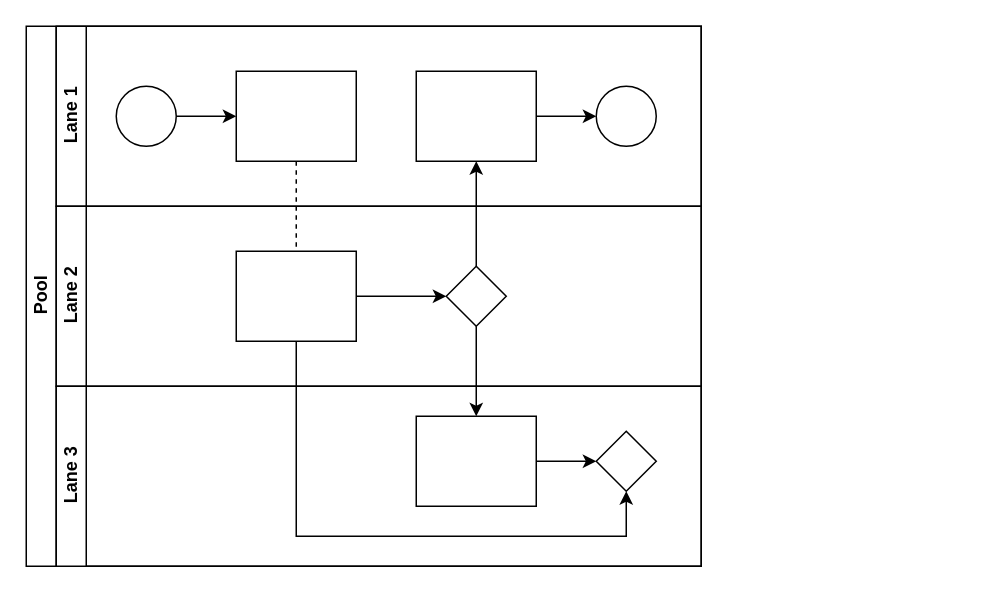
The draw.io diagram Диаграмма без названия.drawio in nataliyabulkina/workshop, before the edit. Source tidied: cells renumbered, new cells numbered last; positions are measured from the earlier drawing's top-left corner, leaving out a move shared by most shapes. Both pictures are drawn from the tidied source at 150%, with x=0, y=0 at pixel (26, 26).
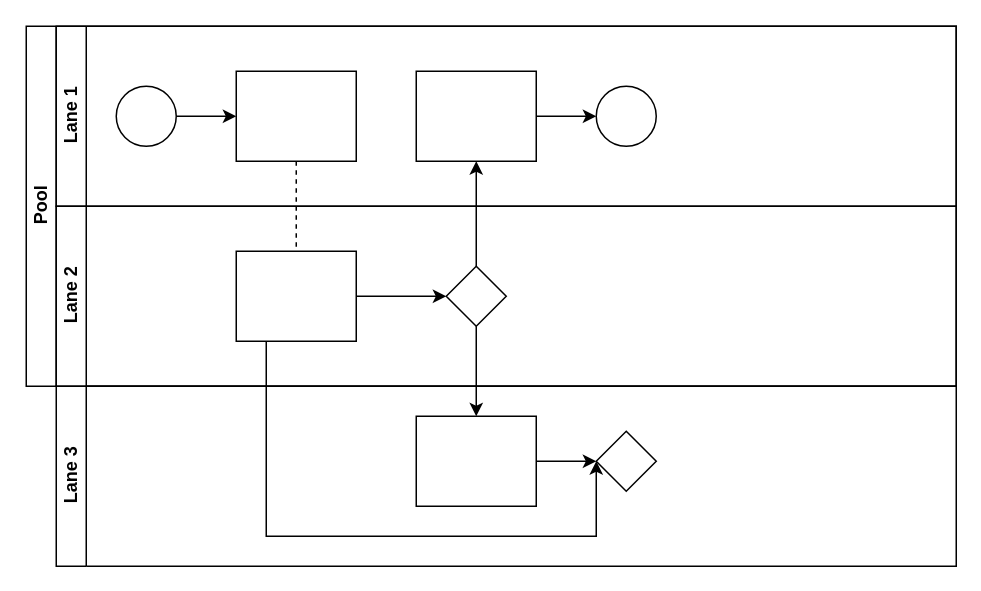
Above is the later version.

Unchanged cells that the change refers to:
```xml
<mxCell id="16" style="rounded=0;whiteSpace=wrap;html=1;fontFamily=Helvetica;fontSize=12;fontColor=#000000;align=center;" parent="14" vertex="1">
  <mxGeometry x="120" y="30" width="80" height="60" as="geometry" />
</mxCell>
<mxCell id="17" style="rhombus;whiteSpace=wrap;html=1;fontFamily=Helvetica;fontSize=12;fontColor=#000000;align=center;" parent="14" vertex="1">
  <mxGeometry x="260" y="40" width="40" height="40" as="geometry" />
</mxCell>
<mxCell id="20" style="rounded=0;whiteSpace=wrap;html=1;fontFamily=Helvetica;fontSize=12;fontColor=#000000;align=center;" parent="18" vertex="1">
  <mxGeometry x="240" y="20" width="80" height="60" as="geometry" />
</mxCell>
<mxCell id="21" style="rhombus;whiteSpace=wrap;html=1;fontFamily=Helvetica;fontSize=12;fontColor=#000000;align=center;" parent="18" vertex="1">
  <mxGeometry x="360" y="30" width="40" height="40" as="geometry" />
</mxCell>
```

Diff of the diagram source:
```diff
@@
     <mxCell id="2" value="Pool" style="swimlane;html=1;horizontal=0;startSize=20;" parent="1" vertex="1">
-      <mxGeometry width="450" height="360" as="geometry" />
+      <mxGeometry width="620" height="240" as="geometry" />
     </mxCell>
@@
-    <mxCell id="5" style="edgeStyle=orthogonalEdgeStyle;rounded=0;jettySize=auto;html=1;endArrow=classic;endFill=1;" parent="2" edge="1" source="17" target="20">
-      <mxGeometry relative="1" as="geometry" />
-    </mxCell>
-    <mxCell id="6" style="edgeStyle=orthogonalEdgeStyle;rounded=0;jettySize=auto;html=1;endArrow=classic;endFill=1;" parent="2" edge="1" source="16" target="21">
-      <mxGeometry relative="1" as="geometry">
-        <Array as="points">
-          <mxPoint x="180" y="340" />
-          <mxPoint x="400" y="340" />
-        </Array>
-      </mxGeometry>
-    </mxCell>
     <mxCell id="7" value="Lane 1" style="swimlane;html=1;startSize=20;horizontal=0;" parent="2" vertex="1">
-      <mxGeometry x="20" width="430" height="120" as="geometry" />
+      <mxGeometry x="20" width="600" height="120" as="geometry" />
     </mxCell>
@@
     <mxCell id="14" value="Lane 2" style="swimlane;html=1;startSize=20;horizontal=0;" parent="2" vertex="1">
-      <mxGeometry x="20" y="120" width="430" height="120" as="geometry" />
+      <mxGeometry x="20" y="120" width="600" height="120" as="geometry" />
     </mxCell>
@@
-    <mxCell id="18" value="Lane 3" style="swimlane;html=1;startSize=20;horizontal=0;" parent="2" vertex="1">
-      <mxGeometry x="20" y="240" width="430" height="120" as="geometry" />
+    <mxCell id="18" value="Lane 3" style="swimlane;html=1;startSize=20;horizontal=0;" parent="1" vertex="1">
+      <mxGeometry x="20" y="240" width="600" height="120" as="geometry" />
     </mxCell>
@@
+    <mxCell id="5" style="edgeStyle=orthogonalEdgeStyle;rounded=0;jettySize=auto;html=1;endArrow=classic;endFill=1;" parent="1" edge="1" source="17" target="20">
+      <mxGeometry relative="1" as="geometry" />
+    </mxCell>
+    <mxCell id="6" style="edgeStyle=orthogonalEdgeStyle;rounded=0;jettySize=auto;html=1;endArrow=classic;endFill=1;" parent="1" edge="1" source="16" target="21">
+      <mxGeometry relative="1" as="geometry">
+        <Array as="points">
+          <mxPoint x="160" y="340" />
+          <mxPoint x="380" y="340" />
+        </Array>
+      </mxGeometry>
+    </mxCell>
```
